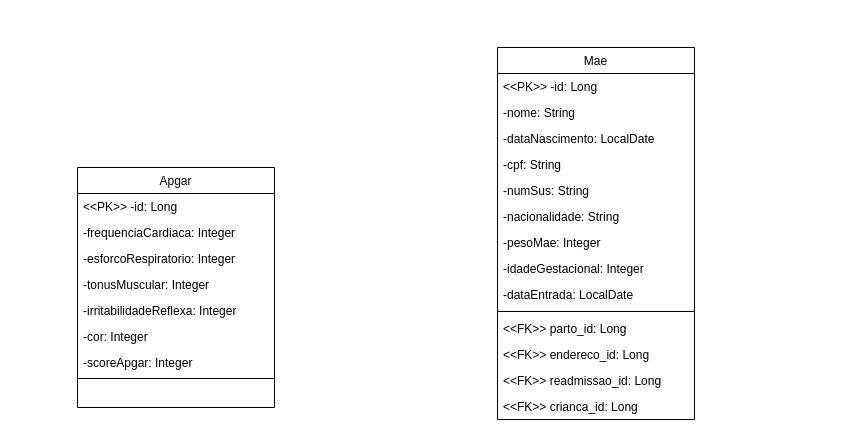
This is neonatal - diagrama de classe.drawio from Emerson66/hminsn, a draw.io file, before an edit. Source tidied: cells renumbered, new cells numbered last; positions are measured from the earlier drawing's top-left corner, leaving out a move shared by most shapes. Both pictures are drawn from the tidied source at 100%, with x=0, y=0 at pixel (77, 47).
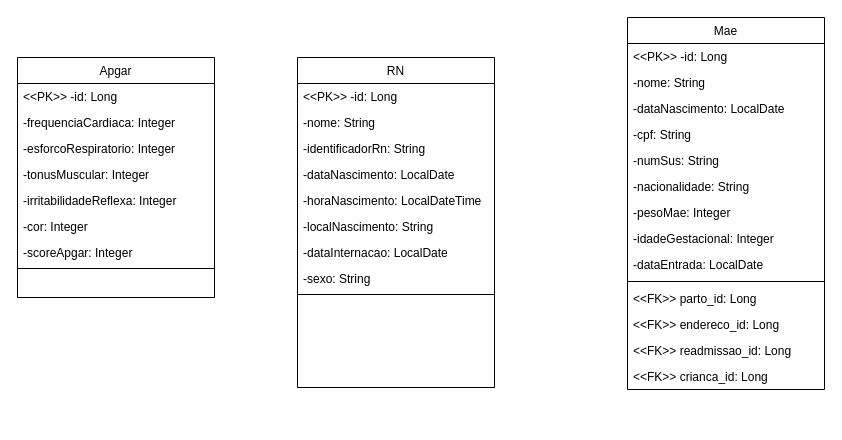
After the change.

The edit, as a diff of the source:
```diff
@@
     <mxCell id="2" value="Mae" style="swimlane;fontStyle=0;align=center;verticalAlign=top;horizontal=1;startSize=26;rounded=0;shadow=0;strokeWidth=1;" parent="1" vertex="1">
-      <mxGeometry x="420" width="197" height="372" as="geometry" />
+      <mxGeometry x="550" y="-30" width="197" height="372" as="geometry" />
     </mxCell>
@@
     <mxCell id="17" value="Apgar" style="swimlane;fontStyle=0;align=center;verticalAlign=top;horizontal=1;startSize=26;rounded=0;shadow=0;strokeWidth=1;" parent="1" vertex="1">
-      <mxGeometry y="120" width="197" height="240" as="geometry" />
+      <mxGeometry x="-60" y="10" width="197" height="240" as="geometry" />
     </mxCell>
@@
+    <mxCell id="26" value="RN" style="swimlane;fontStyle=0;align=center;verticalAlign=top;horizontal=1;startSize=26;rounded=0;shadow=0;strokeWidth=1;" parent="1" vertex="1">
+      <mxGeometry x="220" y="10" width="197" height="330" as="geometry" />
+    </mxCell>
+    <mxCell id="27" value="&lt;&lt;PK&gt;&gt; -id: Long   " style="text;align=left;verticalAlign=top;spacingLeft=4;spacingRight=4;overflow=hidden;" parent="26" vertex="1">
+      <mxGeometry y="26" width="197" height="26" as="geometry" />
+    </mxCell>
+    <mxCell id="28" value="-nome: String" style="text;align=left;verticalAlign=top;spacingLeft=4;spacingRight=4;overflow=hidden;rounded=0;shadow=0;html=0;" parent="26" vertex="1">
+      <mxGeometry y="52" width="197" height="26" as="geometry" />
+    </mxCell>
+    <mxCell id="29" value="-identificadorRn: String" style="text;align=left;verticalAlign=top;spacingLeft=4;spacingRight=4;overflow=hidden;rounded=0;shadow=0;html=0;" parent="26" vertex="1">
+      <mxGeometry y="78" width="197" height="26" as="geometry" />
+    </mxCell>
+    <mxCell id="30" value="-dataNascimento: LocalDate" style="text;align=left;verticalAlign=top;spacingLeft=4;spacingRight=4;overflow=hidden;rounded=0;shadow=0;html=0;" parent="26" vertex="1">
+      <mxGeometry y="104" width="197" height="26" as="geometry" />
+    </mxCell>
+    <mxCell id="31" value="-horaNascimento: LocalDateTime" style="text;align=left;verticalAlign=top;spacingLeft=4;spacingRight=4;overflow=hidden;rounded=0;shadow=0;html=0;" parent="26" vertex="1">
+      <mxGeometry y="130" width="197" height="26" as="geometry" />
+    </mxCell>
+    <mxCell id="32" value="-localNascimento: String" style="text;align=left;verticalAlign=top;spacingLeft=4;spacingRight=4;overflow=hidden;rounded=0;shadow=0;html=0;" parent="26" vertex="1">
+      <mxGeometry y="156" width="197" height="26" as="geometry" />
+    </mxCell>
+    <mxCell id="33" value="-dataInternacao: LocalDate" style="text;align=left;verticalAlign=top;spacingLeft=4;spacingRight=4;overflow=hidden;rounded=0;shadow=0;html=0;" parent="26" vertex="1">
+      <mxGeometry y="182" width="197" height="26" as="geometry" />
+    </mxCell>
+    <mxCell id="34" value="-sexo: String" style="text;align=left;verticalAlign=top;spacingLeft=4;spacingRight=4;overflow=hidden;rounded=0;shadow=0;html=0;" parent="26" vertex="1">
+      <mxGeometry y="208" width="197" height="26" as="geometry" />
+    </mxCell>
+    <mxCell id="35" style="line;strokeWidth=1;fillColor=none;align=left;verticalAlign=middle;spacingTop=-1;spacingLeft=3;spacingRight=3;labelPosition=right;strokeColor=inherit;" parent="26" vertex="1">
+      <mxGeometry y="234" width="197" height="6" as="geometry" />
+    </mxCell>
```
